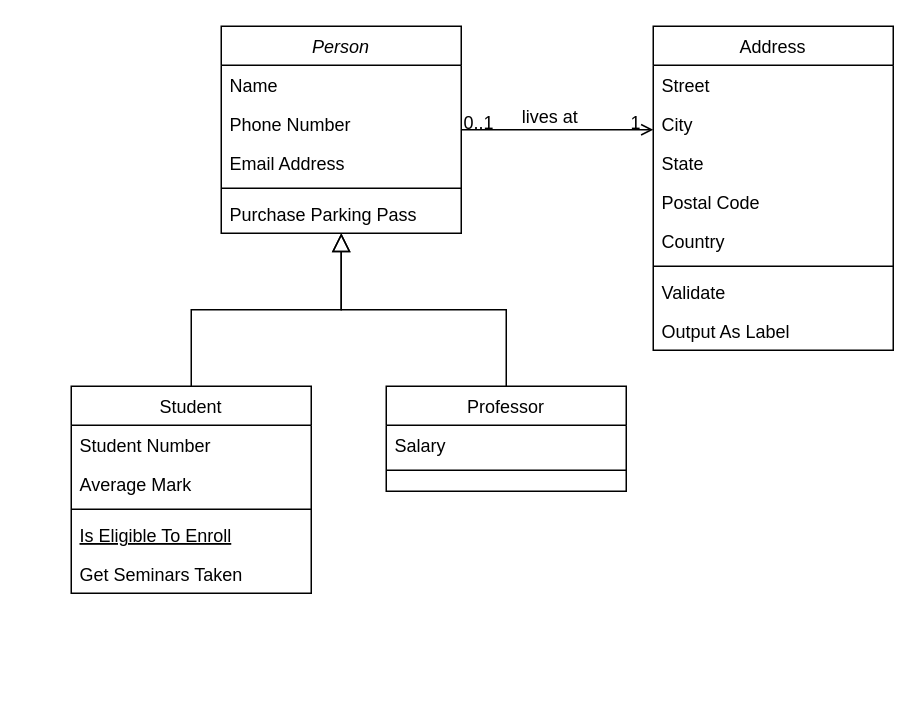
This is class_diagram.drawio from nacjck/investment-manager, a draw.io file, before an edit. Source tidied: cells renumbered, new cells numbered last; positions are measured from the earlier drawing's top-left corner, leaving out a move shared by most shapes. Both pictures are drawn from the tidied source at 150%, with x=0, y=0 at pixel (70, 26).
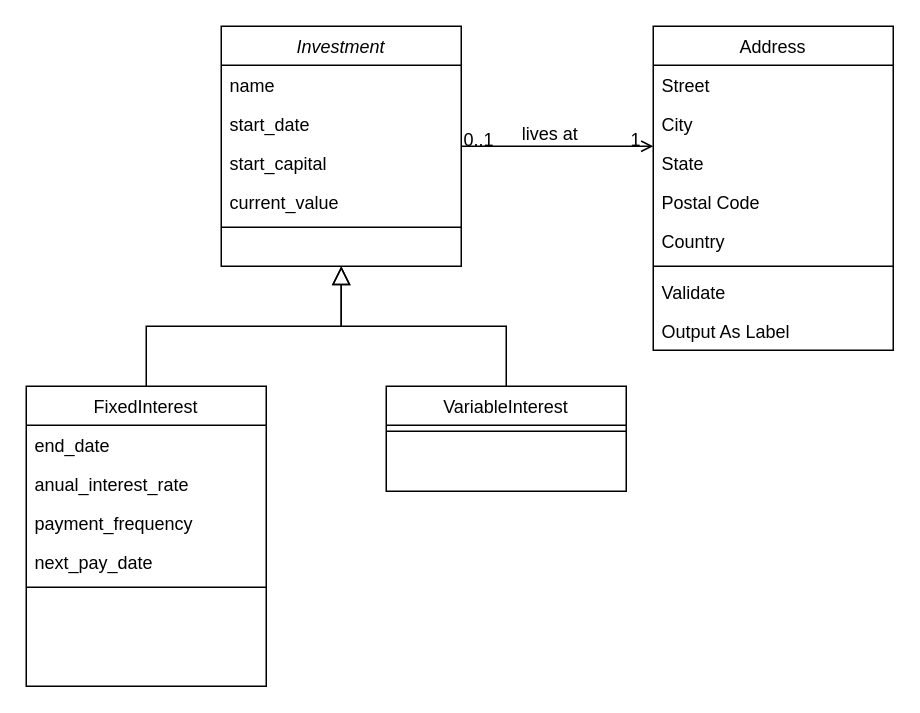
The same page after the edit.

Commit message:
Class diagram first draft

The edit, as a diff of the source:
```diff
@@
-    <mxCell id="2" value="Person" style="swimlane;fontStyle=2;align=center;verticalAlign=top;horizontal=1;startSize=26;rounded=0;shadow=0;strokeWidth=1;" parent="1" vertex="1">
-      <mxGeometry x="100" width="160" height="138" as="geometry" />
+    <mxCell id="2" value="Investment" style="swimlane;fontStyle=2;align=center;verticalAlign=top;horizontal=1;startSize=26;rounded=0;shadow=0;strokeWidth=1;" parent="1" vertex="1">
+      <mxGeometry x="100" width="160" height="160" as="geometry" />
     </mxCell>
-    <mxCell id="3" value="Name" style="text;align=left;verticalAlign=top;spacingLeft=4;spacingRight=4;overflow=hidden;" parent="2" vertex="1">
+    <mxCell id="3" value="name" style="text;align=left;verticalAlign=top;spacingLeft=4;spacingRight=4;overflow=hidden;" parent="2" vertex="1">
       <mxGeometry y="26" width="160" height="26" as="geometry" />
     </mxCell>
-    <mxCell id="4" value="Phone Number" style="text;align=left;verticalAlign=top;spacingLeft=4;spacingRight=4;overflow=hidden;rounded=0;shadow=0;html=0;" parent="2" vertex="1">
+    <mxCell id="4" value="start_date" style="text;align=left;verticalAlign=top;spacingLeft=4;spacingRight=4;overflow=hidden;rounded=0;shadow=0;html=0;" parent="2" vertex="1">
       <mxGeometry y="52" width="160" height="26" as="geometry" />
     </mxCell>
-    <mxCell id="5" value="Email Address" style="text;align=left;verticalAlign=top;spacingLeft=4;spacingRight=4;overflow=hidden;rounded=0;shadow=0;html=0;" parent="2" vertex="1">
+    <mxCell id="5" value="start_capital" style="text;align=left;verticalAlign=top;spacingLeft=4;spacingRight=4;overflow=hidden;rounded=0;shadow=0;html=0;" parent="2" vertex="1">
       <mxGeometry y="78" width="160" height="26" as="geometry" />
     </mxCell>
+    <mxCell id="32" value="current_value" style="text;align=left;verticalAlign=top;spacingLeft=4;spacingRight=4;overflow=hidden;rounded=0;shadow=0;html=0;" parent="2" vertex="1">
+      <mxGeometry y="104" width="160" height="26" as="geometry" />
+    </mxCell>
     <mxCell id="6" style="line;html=1;strokeWidth=1;align=left;verticalAlign=middle;spacingTop=-1;spacingLeft=3;spacingRight=3;labelPosition=right;" parent="2" vertex="1">
-      <mxGeometry y="104" width="160" height="8" as="geometry" />
+      <mxGeometry y="130" width="160" height="8" as="geometry" />
     </mxCell>
-    <mxCell id="7" value="Purchase Parking Pass" style="text;align=left;verticalAlign=top;spacingLeft=4;spacingRight=4;overflow=hidden;" parent="2" vertex="1">
-      <mxGeometry y="112" width="160" height="26" as="geometry" />
-    </mxCell>
-    <mxCell id="8" value="Student" style="swimlane;fontStyle=0;align=center;verticalAlign=top;horizontal=1;startSize=26;rounded=0;shadow=0;strokeWidth=1;" parent="1" vertex="1">
-      <mxGeometry y="240" width="160" height="138" as="geometry" />
+    <mxCell id="8" value="FixedInterest" style="swimlane;fontStyle=0;align=center;verticalAlign=top;horizontal=1;startSize=26;rounded=0;shadow=0;strokeWidth=1;" parent="1" vertex="1">
+      <mxGeometry x="-30" y="240" width="160" height="200" as="geometry" />
     </mxCell>
-    <mxCell id="9" value="Student Number" style="text;align=left;verticalAlign=top;spacingLeft=4;spacingRight=4;overflow=hidden;" parent="8" vertex="1">
+    <mxCell id="9" value="end_date" style="text;align=left;verticalAlign=top;spacingLeft=4;spacingRight=4;overflow=hidden;" parent="8" vertex="1">
       <mxGeometry y="26" width="160" height="26" as="geometry" />
     </mxCell>
-    <mxCell id="10" value="Average Mark" style="text;align=left;verticalAlign=top;spacingLeft=4;spacingRight=4;overflow=hidden;rounded=0;shadow=0;html=0;" parent="8" vertex="1">
+    <mxCell id="10" value="anual_interest_rate&#10;" style="text;align=left;verticalAlign=top;spacingLeft=4;spacingRight=4;overflow=hidden;rounded=0;shadow=0;html=0;" parent="8" vertex="1">
       <mxGeometry y="52" width="160" height="26" as="geometry" />
     </mxCell>
+    <mxCell id="33" value="payment_frequency" style="text;align=left;verticalAlign=top;spacingLeft=4;spacingRight=4;overflow=hidden;rounded=0;shadow=0;html=0;" parent="8" vertex="1">
+      <mxGeometry y="78" width="160" height="26" as="geometry" />
+    </mxCell>
+    <mxCell id="34" value="next_pay_date" style="text;align=left;verticalAlign=top;spacingLeft=4;spacingRight=4;overflow=hidden;rounded=0;shadow=0;html=0;" parent="8" vertex="1">
+      <mxGeometry y="104" width="160" height="26" as="geometry" />
+    </mxCell>
     <mxCell id="11" style="line;html=1;strokeWidth=1;align=left;verticalAlign=middle;spacingTop=-1;spacingLeft=3;spacingRight=3;labelPosition=right;" parent="8" vertex="1">
-      <mxGeometry y="78" width="160" height="8" as="geometry" />
+      <mxGeometry y="130" width="160" height="8" as="geometry" />
     </mxCell>
-    <mxCell id="12" value="Is Eligible To Enroll" style="text;align=left;verticalAlign=top;spacingLeft=4;spacingRight=4;overflow=hidden;fontStyle=4;" parent="8" vertex="1">
-      <mxGeometry y="86" width="160" height="26" as="geometry" />
-    </mxCell>
-    <mxCell id="13" value="Get Seminars Taken" style="text;align=left;verticalAlign=top;spacingLeft=4;spacingRight=4;overflow=hidden;" parent="8" vertex="1">
-      <mxGeometry y="112" width="160" height="26" as="geometry" />
-    </mxCell>
@@
-    <mxCell id="15" value="Professor" style="swimlane;fontStyle=0;align=center;verticalAlign=top;horizontal=1;startSize=26;rounded=0;shadow=0;strokeWidth=1;" parent="1" vertex="1">
+    <mxCell id="15" value="VariableInterest" style="swimlane;fontStyle=0;align=center;verticalAlign=top;horizontal=1;startSize=26;rounded=0;shadow=0;strokeWidth=1;" parent="1" vertex="1">
       <mxGeometry x="210" y="240" width="160" height="70" as="geometry" />
     </mxCell>
-    <mxCell id="16" value="Salary" style="text;align=left;verticalAlign=top;spacingLeft=4;spacingRight=4;overflow=hidden;" parent="15" vertex="1">
-      <mxGeometry y="26" width="160" height="26" as="geometry" />
-    </mxCell>
     <mxCell id="17" style="line;html=1;strokeWidth=1;align=left;verticalAlign=middle;spacingTop=-1;spacingLeft=3;spacingRight=3;labelPosition=right;" parent="15" vertex="1">
-      <mxGeometry y="52" width="160" height="8" as="geometry" />
+      <mxGeometry y="26" width="160" height="8" as="geometry" />
     </mxCell>
```
